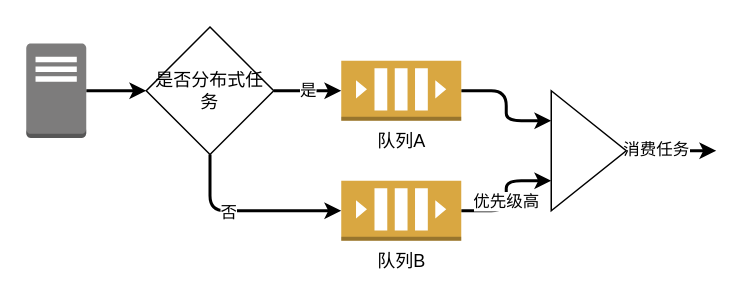
The draw.io diagram page "第 1 页" (1 of 2) of workflow.drawio in foreignbill/drawio, before the edit. Source tidied: cells renumbered, new cells numbered last; positions are measured from the earlier drawing's top-left corner, leaving out a move shared by most shapes. Both pictures are drawn from the tidied source at 150%, with x=0, y=0 at pixel (26, 27).
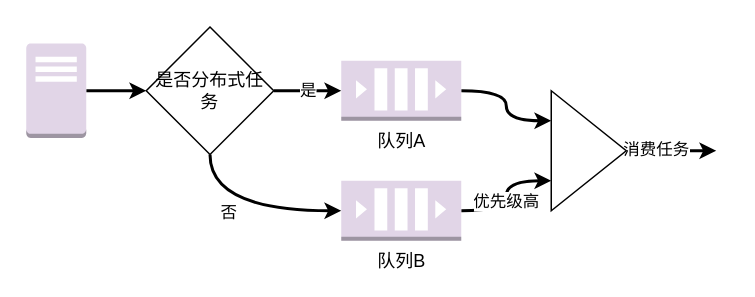
Above is the later version.

What changed in the source:
```diff
@@
 <mxGraphModel>
   <root>
     <mxCell id="0" />
     <mxCell id="1" parent="0" />
-    <mxCell id="2" style="edgeStyle=orthogonalEdgeStyle;rounded=1;jettySize=auto;html=1;exitX=1;exitY=0.5;exitDx=0;exitDy=0;exitPerimeter=0;entryX=0;entryY=0.25;entryDx=0;entryDy=0;strokeWidth=2;startSize=5;endSize=5;fillColor=#0D0D0D;" parent="1" edge="1" source="3" target="15">
+    <mxCell id="2" style="edgeStyle=orthogonalEdgeStyle;rounded=1;jettySize=auto;html=1;exitX=1;exitY=0.5;exitDx=0;exitDy=0;exitPerimeter=0;entryX=0;entryY=0.25;entryDx=0;entryDy=0;strokeWidth=2;startSize=5;endSize=5;fillColor=#0D0D0D;curved=1;" parent="1" edge="1" source="3" target="15">
       <mxGeometry relative="1" as="geometry" />
     </mxCell>
-    <mxCell id="3" value="队列A" style="outlineConnect=0;dashed=0;verticalLabelPosition=bottom;verticalAlign=top;align=center;html=1;shape=mxgraph.aws3.queue;fillColor=#D9A741;gradientColor=none;" parent="1" vertex="1">
+    <mxCell id="3" value="队列A" style="outlineConnect=0;dashed=0;verticalLabelPosition=bottom;verticalAlign=top;align=center;html=1;shape=mxgraph.aws3.queue;fillColor=#e1d5e7;strokeColor=#9673a6;" parent="1" vertex="1">
       <mxGeometry x="210" y="22" width="80" height="40" as="geometry" />
     </mxCell>
-    <mxCell id="4" style="edgeStyle=orthogonalEdgeStyle;rounded=1;jettySize=auto;html=1;exitX=1;exitY=0.5;exitDx=0;exitDy=0;exitPerimeter=0;entryX=0;entryY=0.75;entryDx=0;entryDy=0;strokeWidth=2;startSize=5;endSize=5;fillColor=#0D0D0D;" parent="1" edge="1" source="6" target="15">
+    <mxCell id="4" style="edgeStyle=orthogonalEdgeStyle;rounded=1;jettySize=auto;html=1;exitX=1;exitY=0.5;exitDx=0;exitDy=0;exitPerimeter=0;entryX=0;entryY=0.75;entryDx=0;entryDy=0;strokeWidth=2;startSize=5;endSize=5;fillColor=#0D0D0D;curved=1;" parent="1" edge="1" source="6" target="15">
       <mxGeometry relative="1" as="geometry" />
     </mxCell>
     <mxCell id="5" value="优先级高" style="edgeLabel;html=1;align=center;verticalAlign=middle;" parent="4" vertex="1">
       <mxGeometry x="-0.07" y="1" relative="1" as="geometry" />
     </mxCell>
-    <mxCell id="6" value="队列B" style="outlineConnect=0;dashed=0;verticalLabelPosition=bottom;verticalAlign=top;align=center;html=1;shape=mxgraph.aws3.queue;fillColor=#D9A741;gradientColor=none;" parent="1" vertex="1">
+    <mxCell id="6" value="队列B" style="outlineConnect=0;dashed=0;verticalLabelPosition=bottom;verticalAlign=top;align=center;html=1;shape=mxgraph.aws3.queue;fillColor=#e1d5e7;strokeColor=#9673a6;" parent="1" vertex="1">
       <mxGeometry x="210" y="102" width="80" height="40" as="geometry" />
     </mxCell>
     <mxCell id="7" style="edgeStyle=orthogonalEdgeStyle;rounded=1;jettySize=auto;html=1;exitX=1;exitY=0.5;exitDx=0;exitDy=0;exitPerimeter=0;entryX=0;entryY=0.5;entryDx=0;entryDy=0;strokeWidth=2;startSize=5;endSize=5;fillColor=#0D0D0D;" parent="1" edge="1" source="8" target="12">
       <mxGeometry relative="1" as="geometry" />
     </mxCell>
-    <mxCell id="8" style="outlineConnect=0;dashed=0;verticalLabelPosition=bottom;verticalAlign=top;align=center;html=1;shape=mxgraph.aws3.traditional_server;fillColor=#7D7C7C;gradientColor=none;" parent="1" vertex="1">
+    <mxCell id="8" style="outlineConnect=0;dashed=0;verticalLabelPosition=bottom;verticalAlign=top;align=center;html=1;shape=mxgraph.aws3.traditional_server;fillColor=#e1d5e7;strokeColor=#9673a6;" parent="1" vertex="1">
       <mxGeometry y="10.5" width="40" height="63" as="geometry" />
     </mxCell>
     <mxCell id="9" value="是" style="edgeStyle=orthogonalEdgeStyle;rounded=1;jettySize=auto;html=1;exitX=1;exitY=0.5;exitDx=0;exitDy=0;entryX=0;entryY=0.5;entryDx=0;entryDy=0;entryPerimeter=0;strokeWidth=2;startSize=5;endSize=5;fillColor=#0D0D0D;" parent="1" edge="1" source="12" target="3">
       <mxGeometry relative="1" as="geometry" />
     </mxCell>
-    <mxCell id="10" style="edgeStyle=orthogonalEdgeStyle;rounded=1;jettySize=auto;html=1;entryX=0;entryY=0.5;entryDx=0;entryDy=0;entryPerimeter=0;strokeWidth=2;startSize=5;endSize=5;fillColor=#0D0D0D;exitX=0.5;exitY=1;exitDx=0;exitDy=0;" parent="1" edge="1" source="12" target="6">
+    <mxCell id="10" style="edgeStyle=orthogonalEdgeStyle;rounded=1;jettySize=auto;html=1;entryX=0;entryY=0.5;entryDx=0;entryDy=0;entryPerimeter=0;strokeWidth=2;startSize=5;endSize=5;fillColor=#0D0D0D;exitX=0.5;exitY=1;exitDx=0;exitDy=0;curved=1;" parent="1" edge="1" source="12" target="6">
       <mxGeometry relative="1" as="geometry" />
     </mxCell>
     <mxCell id="11" value="否" style="edgeLabel;html=1;align=center;verticalAlign=middle;" parent="10" vertex="1">
       <mxGeometry x="-0.21" relative="1" as="geometry" />
     </mxCell>
     <mxCell id="12" value="是否分布式任务" style="rhombus;whiteSpace=wrap;html=1;" parent="1" vertex="1">
       <mxGeometry x="80" y="-0.5" width="85" height="85" as="geometry" />
     </mxCell>
     <mxCell id="13" style="edgeStyle=orthogonalEdgeStyle;rounded=1;jettySize=auto;html=1;strokeWidth=2;startSize=5;endSize=5;fillColor=#0D0D0D;" parent="1" edge="1" source="15">
       <mxGeometry relative="1" as="geometry">
         <mxPoint x="460" y="82" as="targetPoint" />
       </mxGeometry>
     </mxCell>
     <mxCell id="14" value="消费任务" style="edgeLabel;html=1;align=center;verticalAlign=middle;" parent="13" vertex="1">
       <mxGeometry x="-0.37" y="2" relative="1" as="geometry" />
     </mxCell>
     <mxCell id="15" style="triangle;whiteSpace=wrap;html=1;" parent="1" vertex="1">
       <mxGeometry x="350" y="42" width="50" height="80" as="geometry" />
     </mxCell>
   </root>
 </mxGraphModel>
```
